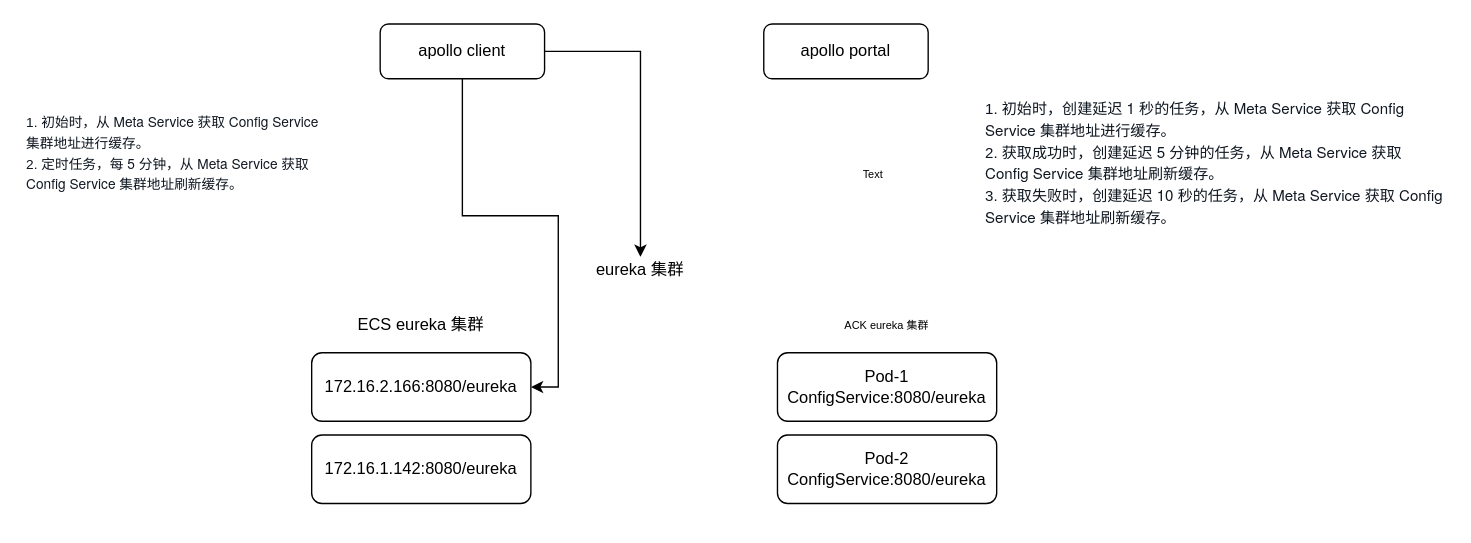
The draw.io diagram page "5meta server" (1 of 7) of Untitled Diagram.drawio in RockyLOMO/devops-java-sample, before the edit. Source tidied: cells renumbered, new cells numbered last; positions are measured from the earlier drawing's top-left corner, leaving out a move shared by most shapes. Both pictures are drawn from the tidied source at 137%, with x=0, y=0 at pixel (23, 23).
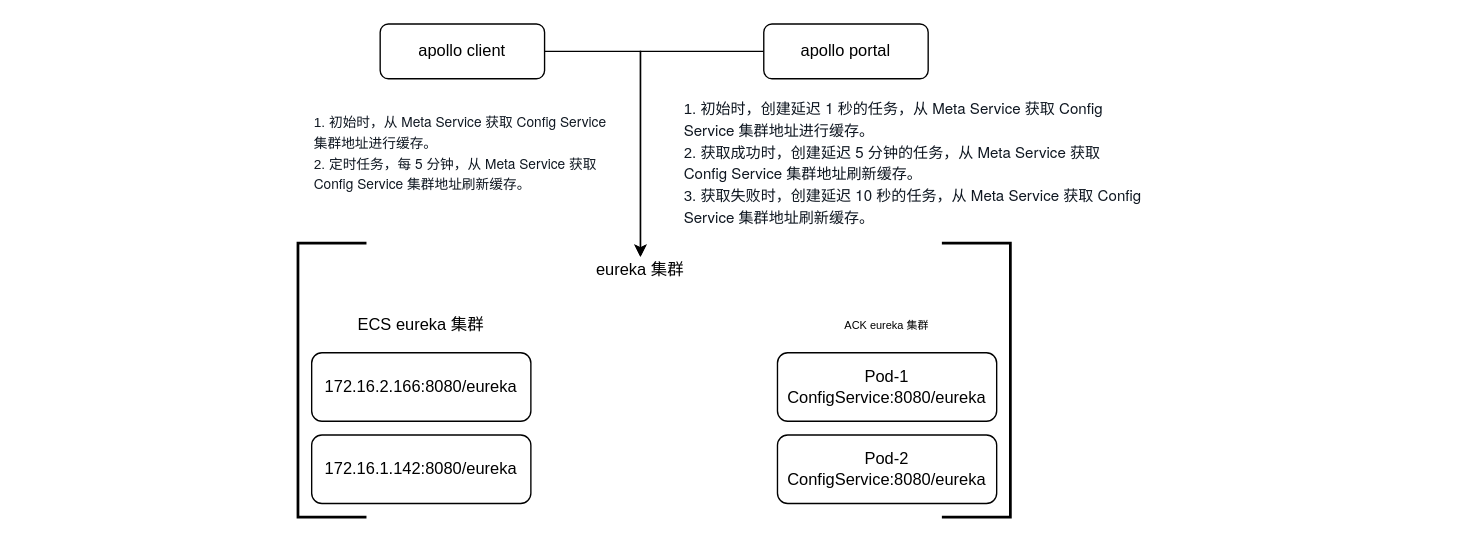
The same page after the edit.

What changed in the source:
```diff
@@
 <mxGraphModel>
   <root>
     <mxCell id="0" />
     <mxCell id="1" parent="0" />
     <mxCell id="2" value="172.16.2.166:8080/eureka" style="rounded=1;whiteSpace=wrap;html=1;fontSize=12;glass=0;strokeWidth=1;shadow=0;" parent="1" vertex="1">
       <mxGeometry x="210" y="240" width="160" height="50" as="geometry" />
     </mxCell>
     <mxCell id="3" value="172.16.1.142:8080/eureka" style="rounded=1;whiteSpace=wrap;html=1;fontSize=12;glass=0;strokeWidth=1;shadow=0;" parent="1" vertex="1">
       <mxGeometry x="210" y="300" width="160" height="50" as="geometry" />
     </mxCell>
     <mxCell id="4" value="ECS eureka 集群" style="text;html=1;strokeColor=none;fillColor=none;align=center;verticalAlign=middle;whiteSpace=wrap;rounded=0;" parent="1" vertex="1">
       <mxGeometry x="240" y="210" width="100" height="20" as="geometry" />
     </mxCell>
     <mxCell id="5" value="eureka 集群" style="text;html=1;strokeColor=none;fillColor=none;align=center;verticalAlign=middle;whiteSpace=wrap;rounded=0;" parent="1" vertex="1">
       <mxGeometry x="410" y="170" width="80" height="20" as="geometry" />
     </mxCell>
-    <mxCell id="6" style="edgeStyle=orthogonalEdgeStyle;rounded=0;jettySize=auto;html=1;entryX=1;entryY=0.5;entryDx=0;entryDy=0;" parent="1" edge="1" source="8" target="2">
-      <mxGeometry relative="1" as="geometry" />
-    </mxCell>
     <mxCell id="7" style="edgeStyle=orthogonalEdgeStyle;rounded=0;jettySize=auto;html=1;fontSize=8;" parent="1" edge="1" source="8" target="5">
       <mxGeometry relative="1" as="geometry" />
     </mxCell>
     <mxCell id="8" value="apollo client" style="rounded=1;whiteSpace=wrap;html=1;fontSize=12;glass=0;strokeWidth=1;shadow=0;" parent="1" vertex="1">
       <mxGeometry x="260" width="120" height="40" as="geometry" />
     </mxCell>
+    <mxCell id="16" style="edgeStyle=orthogonalEdgeStyle;rounded=0;jettySize=auto;html=1;fontSize=8;entryX=0.5;entryY=0;entryDx=0;entryDy=0;" parent="1" edge="1" source="9" target="5">
+      <mxGeometry relative="1" as="geometry" />
+    </mxCell>
     <mxCell id="9" value="apollo portal" style="rounded=1;whiteSpace=wrap;html=1;fontSize=12;glass=0;strokeWidth=1;shadow=0;" parent="1" vertex="1">
       <mxGeometry x="540" width="120" height="40" as="geometry" />
     </mxCell>
     <mxCell id="10" value="&lt;p class=&quot;p1&quot; style=&quot;margin: 0px ; font-stretch: normal ; line-height: normal ; font-family: &amp;#34;helvetica neue&amp;#34; ; color: rgb(15 , 23 , 33) ; font-size: 11px&quot;&gt;&lt;font style=&quot;font-size: 11px&quot;&gt;&lt;span class=&quot;s1&quot; style=&quot;font-stretch: normal ; line-height: normal ; font-family: &amp;#34;pingfang sc&amp;#34; ; font-size: 11px&quot;&gt;1. 初始时，创建延迟&lt;/span&gt; 1 &lt;span class=&quot;s1&quot; style=&quot;font-stretch: normal ; line-height: normal ; font-family: &amp;#34;pingfang sc&amp;#34; ; font-size: 11px&quot;&gt;秒的任务，从&lt;/span&gt; Meta Service &lt;span class=&quot;s1&quot; style=&quot;font-stretch: normal ; line-height: normal ; font-family: &amp;#34;pingfang sc&amp;#34; ; font-size: 11px&quot;&gt;获取&lt;/span&gt; Config Service &lt;span class=&quot;s1&quot; style=&quot;font-stretch: normal ; line-height: normal ; font-family: &amp;#34;pingfang sc&amp;#34; ; font-size: 11px&quot;&gt;集群地址进行缓存。&lt;/span&gt;&lt;/font&gt;&lt;/p&gt;&lt;p class=&quot;p1&quot; style=&quot;margin: 0px ; font-stretch: normal ; line-height: normal ; font-family: &amp;#34;helvetica neue&amp;#34; ; color: rgb(15 , 23 , 33) ; font-size: 11px&quot;&gt;&lt;font style=&quot;font-size: 11px&quot;&gt;&lt;span class=&quot;s1&quot; style=&quot;font-stretch: normal ; line-height: normal ; font-family: &amp;#34;pingfang sc&amp;#34; ; font-size: 11px&quot;&gt;2. 获取成功时，创建延迟&lt;/span&gt; 5 &lt;span class=&quot;s1&quot; style=&quot;font-stretch: normal ; line-height: normal ; font-family: &amp;#34;pingfang sc&amp;#34; ; font-size: 11px&quot;&gt;分钟的任务，从&lt;/span&gt; Meta Service &lt;span class=&quot;s1&quot; style=&quot;font-stretch: normal ; line-height: normal ; font-family: &amp;#34;pingfang sc&amp;#34; ; font-size: 11px&quot;&gt;获取&lt;/span&gt; Config Service &lt;span class=&quot;s1&quot; style=&quot;font-stretch: normal ; line-height: normal ; font-family: &amp;#34;pingfang sc&amp;#34; ; font-size: 11px&quot;&gt;集群地址刷新缓存。&lt;/span&gt;&lt;/font&gt;&lt;/p&gt;&lt;p class=&quot;p1&quot; style=&quot;margin: 0px ; font-stretch: normal ; line-height: normal ; font-family: &amp;#34;helvetica neue&amp;#34; ; color: rgb(15 , 23 , 33) ; font-size: 11px&quot;&gt;&lt;font style=&quot;font-size: 11px&quot;&gt;&lt;span class=&quot;s1&quot; style=&quot;font-stretch: normal ; line-height: normal ; font-family: &amp;#34;pingfang sc&amp;#34; ; font-size: 11px&quot;&gt;3. 获取失败时，创建延迟&lt;/span&gt; 10 &lt;span class=&quot;s1&quot; style=&quot;font-stretch: normal ; line-height: normal ; font-family: &amp;#34;pingfang sc&amp;#34; ; font-size: 11px&quot;&gt;秒的任务，从&lt;/span&gt; Meta Service &lt;span class=&quot;s1&quot; style=&quot;font-stretch: normal ; line-height: normal ; font-family: &amp;#34;pingfang sc&amp;#34; ; font-size: 11px&quot;&gt;获取&lt;/span&gt; Config Service &lt;span class=&quot;s1&quot; style=&quot;font-stretch: normal ; line-height: normal ; font-family: &amp;#34;pingfang sc&amp;#34; ; font-size: 11px&quot;&gt;集群地址刷新缓存。&lt;/span&gt;&lt;/font&gt;&lt;/p&gt;" style="text;html=1;strokeColor=none;fillColor=none;align=left;verticalAlign=middle;whiteSpace=wrap;rounded=0;fontSize=8;" parent="1" vertex="1">
-      <mxGeometry x="700" y="40" width="340" height="120" as="geometry" />
+      <mxGeometry x="480" y="40" width="340" height="120" as="geometry" />
     </mxCell>
     <mxCell id="11" value="&lt;p class=&quot;p1&quot; style=&quot;margin: 0px ; font-stretch: normal ; line-height: normal ; font-family: &amp;#34;helvetica neue&amp;#34; ; color: rgb(15 , 23 , 33) ; font-size: 10px&quot;&gt;&lt;font style=&quot;font-size: 10px&quot;&gt;&lt;span class=&quot;s1&quot; style=&quot;font-stretch: normal ; line-height: normal ; font-family: &amp;#34;pingfang sc&amp;#34; ; font-size: 10px&quot;&gt;1. 初始时，从&lt;/span&gt; Meta Service &lt;span class=&quot;s1&quot; style=&quot;font-stretch: normal ; line-height: normal ; font-family: &amp;#34;pingfang sc&amp;#34; ; font-size: 10px&quot;&gt;获取&lt;/span&gt; Config Service &lt;span class=&quot;s1&quot; style=&quot;font-stretch: normal ; line-height: normal ; font-family: &amp;#34;pingfang sc&amp;#34; ; font-size: 10px&quot;&gt;集群地址进行缓存。&lt;/span&gt;&lt;/font&gt;&lt;/p&gt;&lt;p class=&quot;p1&quot; style=&quot;margin: 0px ; font-stretch: normal ; line-height: normal ; font-family: &amp;#34;helvetica neue&amp;#34; ; color: rgb(15 , 23 , 33) ; font-size: 10px&quot;&gt;&lt;font style=&quot;font-size: 10px&quot;&gt;&lt;span class=&quot;s1&quot; style=&quot;font-stretch: normal ; line-height: normal ; font-family: &amp;#34;pingfang sc&amp;#34; ; font-size: 10px&quot;&gt;2. 定时任务，每&lt;/span&gt; 5 &lt;span class=&quot;s1&quot; style=&quot;font-stretch: normal ; line-height: normal ; font-family: &amp;#34;pingfang sc&amp;#34; ; font-size: 10px&quot;&gt;分钟，从&lt;/span&gt; Meta Service &lt;span class=&quot;s1&quot; style=&quot;font-stretch: normal ; line-height: normal ; font-family: &amp;#34;pingfang sc&amp;#34; ; font-size: 10px&quot;&gt;获取&lt;/span&gt; Config Service &lt;span class=&quot;s1&quot; style=&quot;font-stretch: normal ; line-height: normal ; font-family: &amp;#34;pingfang sc&amp;#34; ; font-size: 10px&quot;&gt;集群地址刷新缓存。&lt;/span&gt;&lt;/font&gt;&lt;/p&gt;&lt;p class=&quot;p1&quot; style=&quot;margin: 0px ; font-stretch: normal ; line-height: normal ; font-family: &amp;#34;helvetica neue&amp;#34; ; color: rgb(15 , 23 , 33) ; font-size: 10px&quot;&gt;&lt;span class=&quot;s1&quot; style=&quot;font-stretch: normal ; line-height: normal ; font-family: &amp;#34;pingfang sc&amp;#34; ; font-size: 10px&quot;&gt;&lt;br style=&quot;font-size: 8px&quot;&gt;&lt;/span&gt;&lt;/p&gt;" style="text;html=1;strokeColor=none;fillColor=none;align=left;verticalAlign=middle;whiteSpace=wrap;rounded=0;fontSize=8;" parent="1" vertex="1">
-      <mxGeometry y="47.5" width="220" height="105" as="geometry" />
+      <mxGeometry x="210" y="47.5" width="220" height="105" as="geometry" />
     </mxCell>
-    <mxCell id="12" value="Text" style="text;html=1;strokeColor=none;fillColor=none;align=center;verticalAlign=middle;whiteSpace=wrap;rounded=0;fontSize=8;" parent="1" vertex="1">
-      <mxGeometry x="600" y="100" width="40" height="20" as="geometry" />
-    </mxCell>
     <mxCell id="13" value="ACK eureka 集群" style="text;html=1;strokeColor=none;fillColor=none;align=center;verticalAlign=middle;whiteSpace=wrap;rounded=0;fontSize=8;" parent="1" vertex="1">
       <mxGeometry x="580" y="212.5" width="100" height="15" as="geometry" />
     </mxCell>
     <mxCell id="14" value="Pod-1&lt;br&gt;ConfigService:8080/eureka" style="rounded=1;whiteSpace=wrap;html=1;fontSize=12;glass=0;strokeWidth=1;shadow=0;" parent="1" vertex="1">
       <mxGeometry x="550" y="240" width="160" height="50" as="geometry" />
     </mxCell>
     <mxCell id="15" value="Pod-2&lt;br&gt;ConfigService:8080/eureka" style="rounded=1;whiteSpace=wrap;html=1;fontSize=12;glass=0;strokeWidth=1;shadow=0;" parent="1" vertex="1">
       <mxGeometry x="550" y="300" width="160" height="50" as="geometry" />
     </mxCell>
+    <mxCell id="17" style="strokeWidth=2;html=1;shape=mxgraph.flowchart.annotation_1;align=left;fontSize=8;" parent="1" vertex="1">
+      <mxGeometry x="200" y="160" width="50" height="200" as="geometry" />
+    </mxCell>
+    <mxCell id="18" style="strokeWidth=2;html=1;shape=mxgraph.flowchart.annotation_1;align=left;fontSize=8;direction=west;" parent="1" vertex="1">
+      <mxGeometry x="670" y="160" width="50" height="200" as="geometry" />
+    </mxCell>
   </root>
 </mxGraphModel>
```
